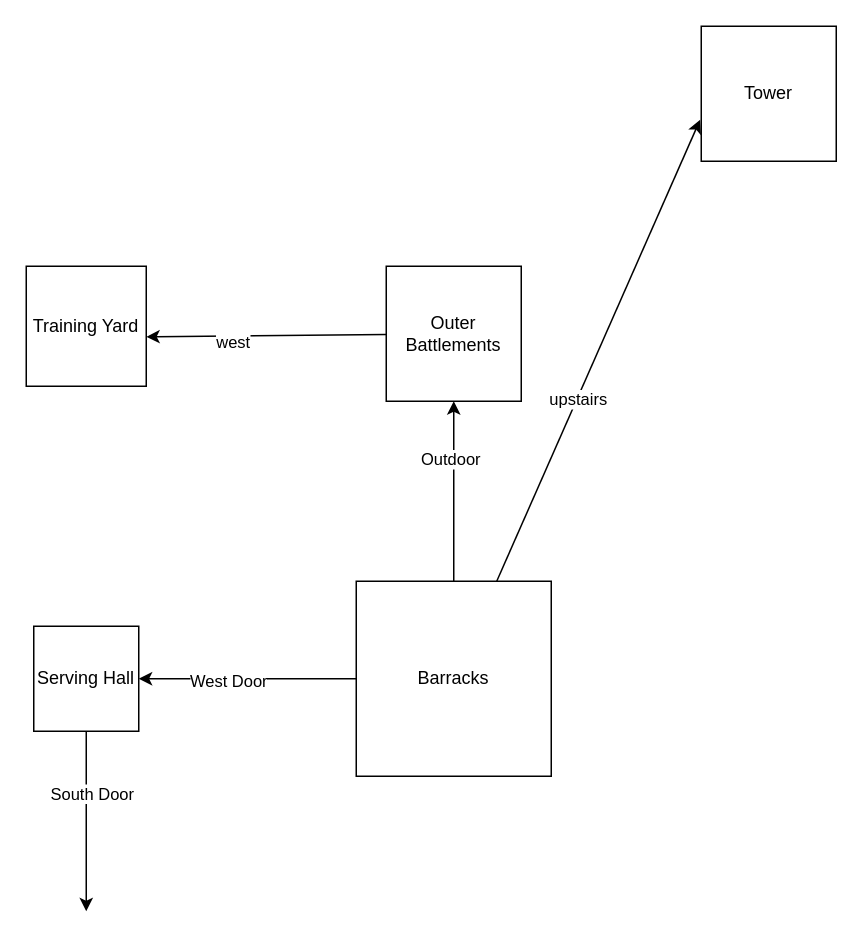
Earlier version of the draw.io diagram MUDMAP1.drawio (DominicYoung1/verbose-barnacle). Source tidied: cells renumbered, new cells numbered last; positions are measured from the earlier drawing's top-left corner, leaving out a move shared by most shapes. Both pictures are drawn from the tidied source at 150%, with x=0, y=0 at pixel (26, 26).
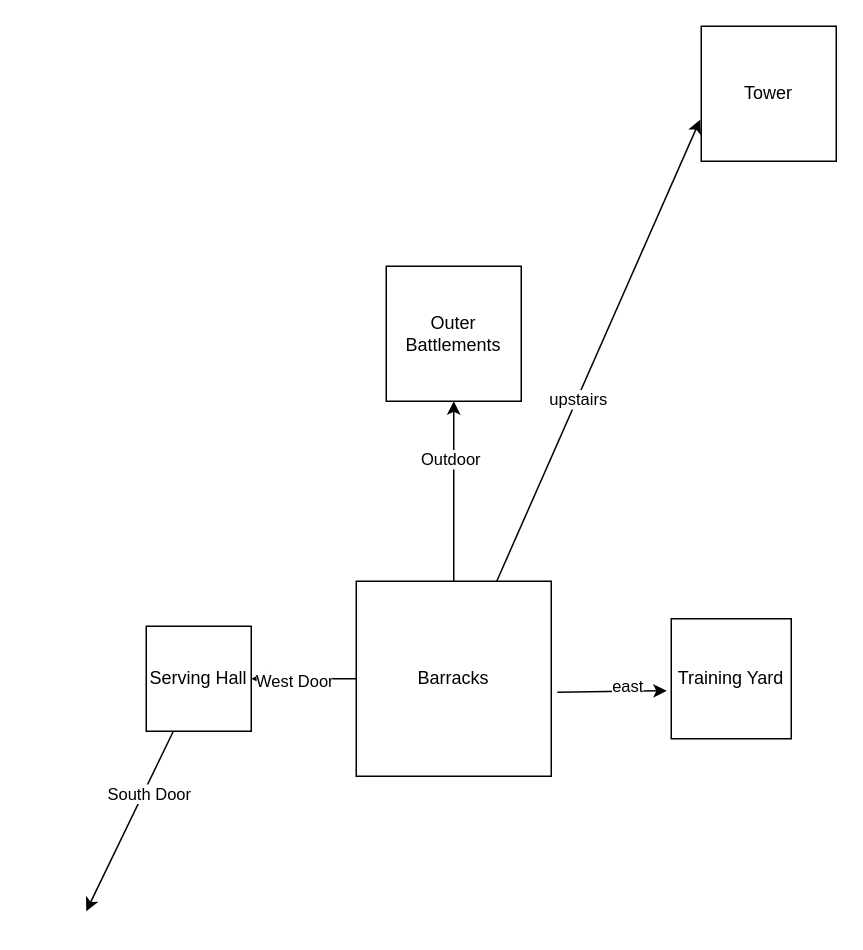
The same diagram, later.

The edit, as a diff of the source:
```diff
@@
 <mxGraphModel>
   <root>
     <mxCell id="0" />
     <mxCell id="1" parent="0" />
     <mxCell id="2" style="edgeStyle=none;rounded=0;jettySize=auto;html=1;entryX=-0.008;entryY=0.692;entryDx=0;entryDy=0;entryPerimeter=0;" parent="1" edge="1" source="8" target="9">
       <mxGeometry relative="1" as="geometry" />
     </mxCell>
     <mxCell id="3" value="upstairs" style="edgeLabel;html=1;align=center;verticalAlign=middle;" parent="2" vertex="1">
       <mxGeometry x="-0.21" relative="1" as="geometry" />
     </mxCell>
     <mxCell id="4" style="edgeStyle=none;rounded=0;jettySize=auto;html=1;" parent="1" edge="1" source="8" target="12">
       <mxGeometry relative="1" as="geometry" />
     </mxCell>
     <mxCell id="5" value="Outdoor" style="edgeLabel;html=1;align=center;verticalAlign=middle;" parent="4" vertex="1">
       <mxGeometry x="0.36" y="3" relative="1" as="geometry" />
     </mxCell>
     <mxCell id="6" style="edgeStyle=none;rounded=0;jettySize=auto;html=1;" parent="1" edge="1" source="8" target="15">
       <mxGeometry relative="1" as="geometry" />
     </mxCell>
     <mxCell id="7" value="West Door" style="edgeLabel;html=1;align=center;verticalAlign=middle;" parent="6" vertex="1">
       <mxGeometry x="0.19" y="1" relative="1" as="geometry" />
     </mxCell>
     <mxCell id="8" value="Barracks" style="whiteSpace=wrap;html=1;" parent="1" vertex="1">
       <mxGeometry x="220" y="370" width="130" height="130" as="geometry" />
     </mxCell>
     <mxCell id="9" value="Tower" style="whiteSpace=wrap;html=1;" parent="1" vertex="1">
       <mxGeometry x="450" width="90" height="90" as="geometry" />
     </mxCell>
-    <mxCell id="10" style="edgeStyle=none;rounded=0;jettySize=auto;html=1;entryX=1;entryY=0.588;entryDx=0;entryDy=0;entryPerimeter=0;" parent="1" edge="1" source="12" target="16">
+    <mxCell id="10" style="edgeStyle=none;rounded=0;jettySize=auto;html=1;entryX=-0.037;entryY=0.6;entryDx=0;entryDy=0;entryPerimeter=0;exitX=1.031;exitY=0.569;exitDx=0;exitDy=0;exitPerimeter=0;" parent="1" edge="1" source="8" target="16">
       <mxGeometry relative="1" as="geometry" />
     </mxCell>
-    <mxCell id="11" value="west" style="edgeLabel;html=1;align=center;verticalAlign=middle;" parent="10" vertex="1">
+    <mxCell id="11" value="east" style="edgeLabel;html=1;align=center;verticalAlign=middle;" parent="10" vertex="1">
       <mxGeometry x="0.29" y="4" relative="1" as="geometry" />
     </mxCell>
     <mxCell id="12" value="Outer Battlements" style="whiteSpace=wrap;html=1;" parent="1" vertex="1">
       <mxGeometry x="240" y="160" width="90" height="90" as="geometry" />
     </mxCell>
     <mxCell id="13" style="edgeStyle=none;rounded=0;jettySize=auto;html=1;" parent="1" edge="1" source="15">
       <mxGeometry relative="1" as="geometry">
         <mxPoint x="40" y="590" as="targetPoint" />
       </mxGeometry>
     </mxCell>
     <mxCell id="14" value="South Door" style="edgeLabel;html=1;align=center;verticalAlign=middle;" parent="13" vertex="1">
       <mxGeometry x="-0.32" y="3" relative="1" as="geometry" />
     </mxCell>
     <mxCell id="15" value="Serving Hall" style="whiteSpace=wrap;html=1;" parent="1" vertex="1">
-      <mxGeometry x="5" y="400" width="70" height="70" as="geometry" />
+      <mxGeometry x="80" y="400" width="70" height="70" as="geometry" />
     </mxCell>
     <mxCell id="16" value="Training Yard" style="whiteSpace=wrap;html=1;" parent="1" vertex="1">
-      <mxGeometry y="160" width="80" height="80" as="geometry" />
+      <mxGeometry x="430" y="395" width="80" height="80" as="geometry" />
     </mxCell>
   </root>
 </mxGraphModel>
```
